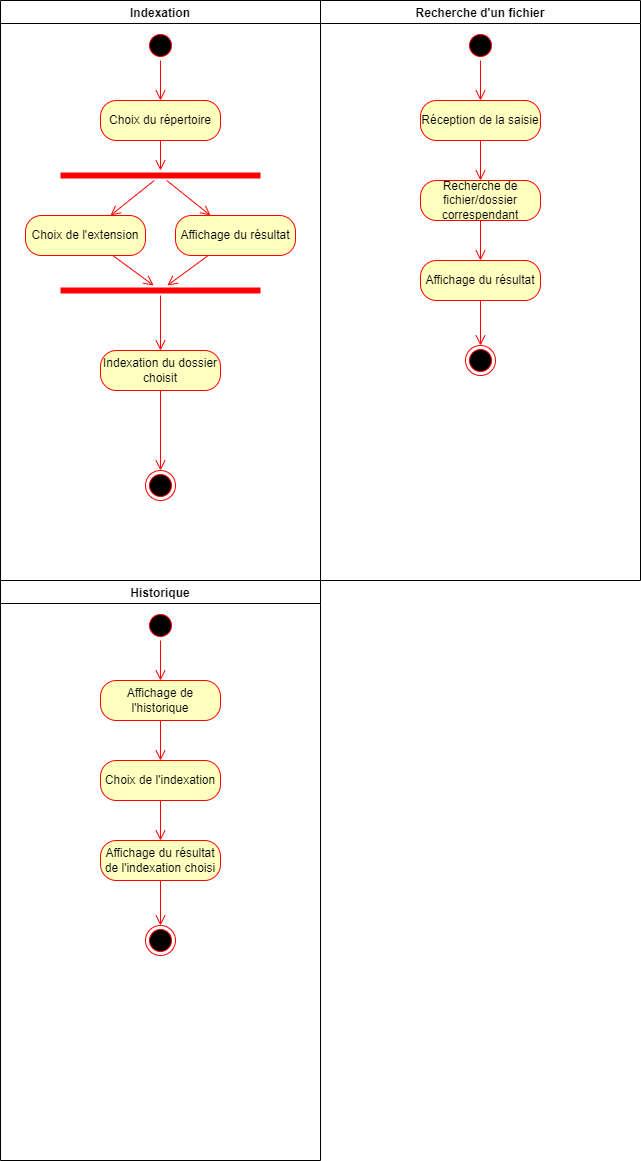
ThomasRey1/P-OO keeps this draw.io diagram as UML_Activity.png. Above is the earlier version. Source tidied: cells renumbered, new cells last; positions are measured from the earlier drawing's top-left corner, leaving out a move shared by most shapes. Its diagram source:
```xml
<mxGraphModel>
  <root>
    <mxCell id="0" />
    <mxCell id="1" parent="0" />
    <mxCell id="2" value="Indexation" style="swimlane;" parent="1" vertex="1">
      <mxGeometry width="320" height="580" as="geometry" />
    </mxCell>
    <mxCell id="3" style="ellipse;html=1;shape=startState;fillColor=#000000;strokeColor=#ff0000;" parent="2" vertex="1">
      <mxGeometry x="145" y="30" width="30" height="30" as="geometry" />
    </mxCell>
    <mxCell id="4" style="edgeStyle=orthogonalEdgeStyle;html=1;verticalAlign=bottom;endArrow=open;endSize=8;strokeColor=#ff0000;rounded=0;" parent="2" edge="1" source="3" target="5">
      <mxGeometry relative="1" as="geometry" />
    </mxCell>
    <mxCell id="5" value="Choix du répertoire" style="rounded=1;whiteSpace=wrap;html=1;arcSize=40;fontColor=#000000;fillColor=#ffffc0;strokeColor=#ff0000;" parent="2" vertex="1">
      <mxGeometry x="100" y="100" width="120" height="40" as="geometry" />
    </mxCell>
    <mxCell id="6" value="Choix de l'extension" style="rounded=1;whiteSpace=wrap;html=1;arcSize=40;fontColor=#000000;fillColor=#ffffc0;strokeColor=#ff0000;" parent="2" vertex="1">
      <mxGeometry x="25" y="215" width="120" height="40" as="geometry" />
    </mxCell>
    <mxCell id="7" value="Indexation du dossier choisit" style="rounded=1;whiteSpace=wrap;html=1;arcSize=40;fontColor=#000000;fillColor=#ffffc0;strokeColor=#ff0000;" parent="2" vertex="1">
      <mxGeometry x="100" y="350" width="120" height="40" as="geometry" />
    </mxCell>
    <mxCell id="8" style="edgeStyle=orthogonalEdgeStyle;html=1;verticalAlign=bottom;endArrow=open;endSize=8;strokeColor=#ff0000;rounded=0;" parent="2" edge="1" source="7" target="9">
      <mxGeometry relative="1" as="geometry" />
    </mxCell>
    <mxCell id="9" style="ellipse;html=1;shape=endState;fillColor=#000000;strokeColor=#ff0000;" parent="2" vertex="1">
      <mxGeometry x="145" y="470" width="30" height="30" as="geometry" />
    </mxCell>
    <mxCell id="10" value="Affichage du résultat" style="rounded=1;whiteSpace=wrap;html=1;arcSize=40;fontColor=#000000;fillColor=#ffffc0;strokeColor=#ff0000;" parent="2" vertex="1">
      <mxGeometry x="175" y="215" width="120" height="40" as="geometry" />
    </mxCell>
    <mxCell id="11" style="shape=line;html=1;strokeWidth=6;strokeColor=#ff0000;" parent="2" vertex="1">
      <mxGeometry x="60" y="170" width="200" height="10" as="geometry" />
    </mxCell>
    <mxCell id="12" style="html=1;verticalAlign=bottom;endArrow=open;endSize=8;strokeColor=#ff0000;rounded=0;" parent="2" edge="1" source="11" target="6">
      <mxGeometry relative="1" as="geometry" />
    </mxCell>
    <mxCell id="13" style="edgeStyle=orthogonalEdgeStyle;html=1;verticalAlign=bottom;endArrow=open;endSize=8;strokeColor=#ff0000;rounded=0;" parent="2" edge="1" source="5" target="11">
      <mxGeometry relative="1" as="geometry" />
    </mxCell>
    <mxCell id="14" style="html=1;verticalAlign=bottom;endArrow=open;endSize=8;strokeColor=#ff0000;rounded=0;" parent="2" edge="1" source="11" target="10">
      <mxGeometry relative="1" as="geometry" />
    </mxCell>
    <mxCell id="15" style="shape=line;html=1;strokeWidth=6;strokeColor=#ff0000;" parent="2" vertex="1">
      <mxGeometry x="60" y="285" width="200" height="10" as="geometry" />
    </mxCell>
    <mxCell id="16" style="edgeStyle=orthogonalEdgeStyle;html=1;verticalAlign=bottom;endArrow=open;endSize=8;strokeColor=#ff0000;rounded=0;" parent="2" edge="1" source="15" target="7">
      <mxGeometry relative="1" as="geometry" />
    </mxCell>
    <mxCell id="17" style="html=1;verticalAlign=bottom;endArrow=open;endSize=8;strokeColor=#ff0000;rounded=0;" parent="2" edge="1" source="6" target="15">
      <mxGeometry relative="1" as="geometry" />
    </mxCell>
    <mxCell id="18" style="html=1;verticalAlign=bottom;endArrow=open;endSize=8;strokeColor=#ff0000;rounded=0;" parent="2" edge="1" source="10" target="15">
      <mxGeometry relative="1" as="geometry" />
    </mxCell>
    <mxCell id="19" value="Recherche d'un fichier" style="swimlane;" parent="1" vertex="1">
      <mxGeometry x="320" width="320" height="580" as="geometry" />
    </mxCell>
    <mxCell id="20" style="ellipse;html=1;shape=startState;fillColor=#000000;strokeColor=#ff0000;" parent="19" vertex="1">
      <mxGeometry x="145" y="30" width="30" height="30" as="geometry" />
    </mxCell>
    <mxCell id="21" style="edgeStyle=orthogonalEdgeStyle;html=1;verticalAlign=bottom;endArrow=open;endSize=8;strokeColor=#ff0000;rounded=0;" parent="19" edge="1" source="20" target="22">
      <mxGeometry relative="1" as="geometry" />
    </mxCell>
    <mxCell id="22" value="Réception de la saisie" style="rounded=1;whiteSpace=wrap;html=1;arcSize=40;fontColor=#000000;fillColor=#ffffc0;strokeColor=#ff0000;" parent="19" vertex="1">
      <mxGeometry x="100" y="100" width="120" height="40" as="geometry" />
    </mxCell>
    <mxCell id="23" style="edgeStyle=orthogonalEdgeStyle;html=1;verticalAlign=bottom;endArrow=open;endSize=8;strokeColor=#ff0000;rounded=0;" parent="19" edge="1" source="22" target="24">
      <mxGeometry relative="1" as="geometry" />
    </mxCell>
    <mxCell id="24" value="Recherche de fichier/dossier correspendant" style="rounded=1;whiteSpace=wrap;html=1;arcSize=40;fontColor=#000000;fillColor=#ffffc0;strokeColor=#ff0000;" parent="19" vertex="1">
      <mxGeometry x="100" y="180" width="120" height="40" as="geometry" />
    </mxCell>
    <mxCell id="25" style="edgeStyle=orthogonalEdgeStyle;html=1;verticalAlign=bottom;endArrow=open;endSize=8;strokeColor=#ff0000;rounded=0;" parent="19" edge="1" source="24" target="26">
      <mxGeometry relative="1" as="geometry" />
    </mxCell>
    <mxCell id="26" value="Affichage du résultat" style="rounded=1;whiteSpace=wrap;html=1;arcSize=40;fontColor=#000000;fillColor=#ffffc0;strokeColor=#ff0000;" parent="19" vertex="1">
      <mxGeometry x="100" y="260" width="120" height="40" as="geometry" />
    </mxCell>
    <mxCell id="27" style="edgeStyle=orthogonalEdgeStyle;html=1;verticalAlign=bottom;endArrow=open;endSize=8;strokeColor=#ff0000;rounded=0;" parent="19" edge="1" source="26" target="28">
      <mxGeometry relative="1" as="geometry" />
    </mxCell>
    <mxCell id="28" style="ellipse;html=1;shape=endState;fillColor=#000000;strokeColor=#ff0000;" parent="19" vertex="1">
      <mxGeometry x="145" y="345" width="30" height="30" as="geometry" />
    </mxCell>
    <mxCell id="29" value="Historique" style="swimlane;" parent="1" vertex="1">
      <mxGeometry y="580" width="320" height="580" as="geometry" />
    </mxCell>
    <mxCell id="30" style="ellipse;html=1;shape=startState;fillColor=#000000;strokeColor=#ff0000;" parent="29" vertex="1">
      <mxGeometry x="145" y="30" width="30" height="30" as="geometry" />
    </mxCell>
    <mxCell id="31" style="edgeStyle=orthogonalEdgeStyle;html=1;verticalAlign=bottom;endArrow=open;endSize=8;strokeColor=#ff0000;rounded=0;" parent="29" edge="1" source="30" target="32">
      <mxGeometry relative="1" as="geometry" />
    </mxCell>
    <mxCell id="32" value="Affichage de l'historique" style="rounded=1;whiteSpace=wrap;html=1;arcSize=40;fontColor=#000000;fillColor=#ffffc0;strokeColor=#ff0000;" parent="29" vertex="1">
      <mxGeometry x="100" y="100" width="120" height="40" as="geometry" />
    </mxCell>
    <mxCell id="33" style="edgeStyle=orthogonalEdgeStyle;html=1;verticalAlign=bottom;endArrow=open;endSize=8;strokeColor=#ff0000;rounded=0;" parent="29" edge="1" source="32" target="34">
      <mxGeometry relative="1" as="geometry" />
    </mxCell>
    <mxCell id="34" value="Choix de l'indexation" style="rounded=1;whiteSpace=wrap;html=1;arcSize=40;fontColor=#000000;fillColor=#ffffc0;strokeColor=#ff0000;" parent="29" vertex="1">
      <mxGeometry x="100" y="180" width="120" height="40" as="geometry" />
    </mxCell>
    <mxCell id="35" style="edgeStyle=orthogonalEdgeStyle;html=1;verticalAlign=bottom;endArrow=open;endSize=8;strokeColor=#ff0000;rounded=0;" parent="29" edge="1" source="34" target="36">
      <mxGeometry relative="1" as="geometry" />
    </mxCell>
    <mxCell id="36" value="Affichage du résultat de l'indexation choisi" style="rounded=1;whiteSpace=wrap;html=1;arcSize=40;fontColor=#000000;fillColor=#ffffc0;strokeColor=#ff0000;" parent="29" vertex="1">
      <mxGeometry x="100" y="260" width="120" height="40" as="geometry" />
    </mxCell>
    <mxCell id="37" style="edgeStyle=orthogonalEdgeStyle;html=1;verticalAlign=bottom;endArrow=open;endSize=8;strokeColor=#ff0000;rounded=0;" parent="29" edge="1" source="36" target="38">
      <mxGeometry relative="1" as="geometry" />
    </mxCell>
    <mxCell id="38" style="ellipse;html=1;shape=endState;fillColor=#000000;strokeColor=#ff0000;" parent="29" vertex="1">
      <mxGeometry x="145" y="345" width="30" height="30" as="geometry" />
    </mxCell>
  </root>
</mxGraphModel>
```
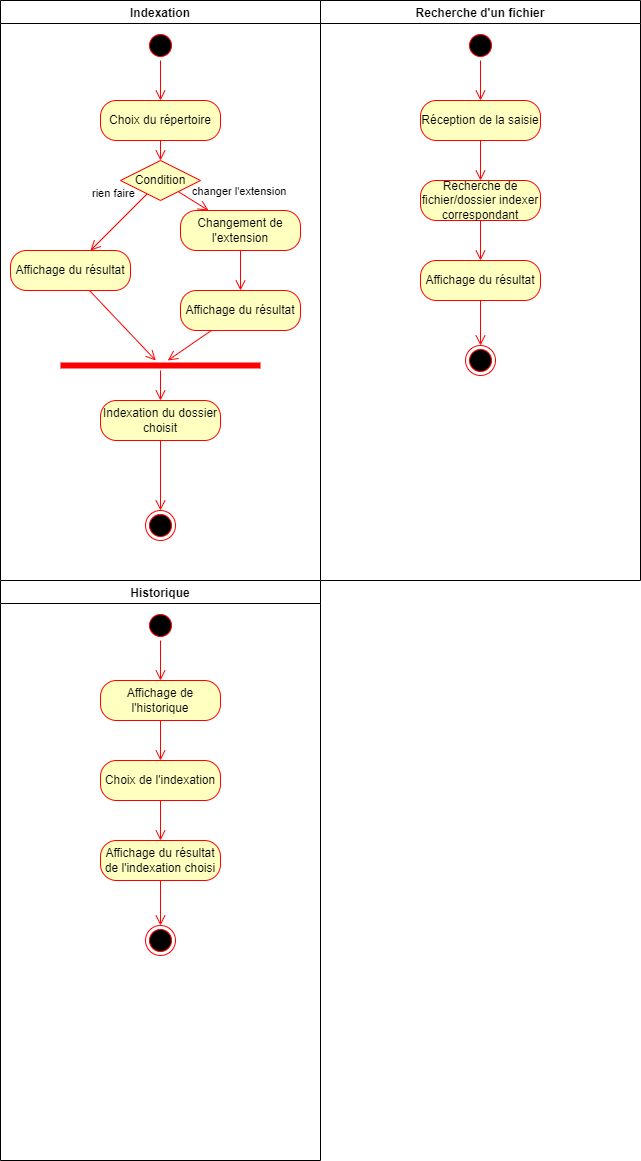
After the change.

Commit message:
modification uml d'activité

Change to the diagram source:
```diff
@@ -14,45 +14,53 @@
     <mxCell id="5" value="Choix du répertoire" style="rounded=1;whiteSpace=wrap;html=1;arcSize=40;fontColor=#000000;fillColor=#ffffc0;strokeColor=#ff0000;" parent="2" vertex="1">
       <mxGeometry x="100" y="100" width="120" height="40" as="geometry" />
     </mxCell>
-    <mxCell id="6" value="Choix de l'extension" style="rounded=1;whiteSpace=wrap;html=1;arcSize=40;fontColor=#000000;fillColor=#ffffc0;strokeColor=#ff0000;" parent="2" vertex="1">
-      <mxGeometry x="25" y="215" width="120" height="40" as="geometry" />
-    </mxCell>
     <mxCell id="7" value="Indexation du dossier choisit" style="rounded=1;whiteSpace=wrap;html=1;arcSize=40;fontColor=#000000;fillColor=#ffffc0;strokeColor=#ff0000;" parent="2" vertex="1">
-      <mxGeometry x="100" y="350" width="120" height="40" as="geometry" />
+      <mxGeometry x="100" y="400" width="120" height="40" as="geometry" />
     </mxCell>
     <mxCell id="8" style="edgeStyle=orthogonalEdgeStyle;html=1;verticalAlign=bottom;endArrow=open;endSize=8;strokeColor=#ff0000;rounded=0;" parent="2" edge="1" source="7" target="9">
       <mxGeometry relative="1" as="geometry" />
     </mxCell>
     <mxCell id="9" style="ellipse;html=1;shape=endState;fillColor=#000000;strokeColor=#ff0000;" parent="2" vertex="1">
-      <mxGeometry x="145" y="470" width="30" height="30" as="geometry" />
+      <mxGeometry x="145" y="510" width="30" height="30" as="geometry" />
     </mxCell>
-    <mxCell id="10" value="Affichage du résultat" style="rounded=1;whiteSpace=wrap;html=1;arcSize=40;fontColor=#000000;fillColor=#ffffc0;strokeColor=#ff0000;" parent="2" vertex="1">
-      <mxGeometry x="175" y="215" width="120" height="40" as="geometry" />
-    </mxCell>
-    <mxCell id="11" style="shape=line;html=1;strokeWidth=6;strokeColor=#ff0000;" parent="2" vertex="1">
-      <mxGeometry x="60" y="170" width="200" height="10" as="geometry" />
-    </mxCell>
-    <mxCell id="12" style="html=1;verticalAlign=bottom;endArrow=open;endSize=8;strokeColor=#ff0000;rounded=0;" parent="2" edge="1" source="11" target="6">
-      <mxGeometry relative="1" as="geometry" />
-    </mxCell>
-    <mxCell id="13" style="edgeStyle=orthogonalEdgeStyle;html=1;verticalAlign=bottom;endArrow=open;endSize=8;strokeColor=#ff0000;rounded=0;" parent="2" edge="1" source="5" target="11">
+    <mxCell id="13" style="edgeStyle=orthogonalEdgeStyle;html=1;verticalAlign=bottom;endArrow=open;endSize=8;strokeColor=#ff0000;rounded=0;" parent="2" edge="1" source="5" target="39">
       <mxGeometry relative="1" as="geometry" />
     </mxCell>
-    <mxCell id="14" style="html=1;verticalAlign=bottom;endArrow=open;endSize=8;strokeColor=#ff0000;rounded=0;" parent="2" edge="1" source="11" target="10">
-      <mxGeometry relative="1" as="geometry" />
-    </mxCell>
-    <mxCell id="15" style="shape=line;html=1;strokeWidth=6;strokeColor=#ff0000;" parent="2" vertex="1">
-      <mxGeometry x="60" y="285" width="200" height="10" as="geometry" />
-    </mxCell>
-    <mxCell id="16" style="edgeStyle=orthogonalEdgeStyle;html=1;verticalAlign=bottom;endArrow=open;endSize=8;strokeColor=#ff0000;rounded=0;" parent="2" edge="1" source="15" target="7">
-      <mxGeometry relative="1" as="geometry" />
-    </mxCell>
-    <mxCell id="17" style="html=1;verticalAlign=bottom;endArrow=open;endSize=8;strokeColor=#ff0000;rounded=0;" parent="2" edge="1" source="6" target="15">
-      <mxGeometry relative="1" as="geometry" />
-    </mxCell>
-    <mxCell id="18" style="html=1;verticalAlign=bottom;endArrow=open;endSize=8;strokeColor=#ff0000;rounded=0;" parent="2" edge="1" source="10" target="15">
-      <mxGeometry relative="1" as="geometry" />
-    </mxCell>
+    <mxCell id="39" value="Condition" style="rhombus;whiteSpace=wrap;html=1;fillColor=#ffffc0;strokeColor=#ff0000;" parent="2" vertex="1">
+      <mxGeometry x="120" y="160" width="80" height="40" as="geometry" />
+    </mxCell>
+    <mxCell id="40" value="changer l'extension" style="html=1;align=left;verticalAlign=bottom;endArrow=open;endSize=8;strokeColor=#ff0000;rounded=0;labelBackgroundColor=none;" parent="2" edge="1" source="39" target="44">
+      <mxGeometry x="-0.15" y="-1" relative="1" as="geometry" />
+    </mxCell>
+    <mxCell id="41" value="rien faire" style="html=1;align=left;verticalAlign=top;endArrow=open;endSize=8;strokeColor=#ff0000;rounded=0;labelBackgroundColor=none;" parent="2" edge="1" source="39" target="42">
+      <mxGeometry x="-0.24" y="-49" relative="1" as="geometry">
+        <mxPoint y="-1" as="offset" />
+      </mxGeometry>
+    </mxCell>
+    <mxCell id="42" value="Affichage du résultat" style="rounded=1;whiteSpace=wrap;html=1;arcSize=40;fontColor=#000000;fillColor=#ffffc0;strokeColor=#ff0000;" parent="2" vertex="1">
+      <mxGeometry x="10" y="250" width="120" height="40" as="geometry" />
+    </mxCell>
+    <mxCell id="43" style="html=1;verticalAlign=bottom;endArrow=open;endSize=8;strokeColor=#ff0000;rounded=0;" parent="2" edge="1" source="42" target="46">
+      <mxGeometry relative="1" as="geometry" />
+    </mxCell>
+    <mxCell id="44" value="Changement de l'extension" style="rounded=1;whiteSpace=wrap;html=1;arcSize=40;fontColor=#000000;fillColor=#ffffc0;strokeColor=#ff0000;" parent="2" vertex="1">
+      <mxGeometry x="180" y="210" width="120" height="40" as="geometry" />
+    </mxCell>
+    <mxCell id="45" style="edgeStyle=orthogonalEdgeStyle;html=1;verticalAlign=bottom;endArrow=open;endSize=8;strokeColor=#ff0000;rounded=0;" parent="2" edge="1" source="44" target="48">
+      <mxGeometry relative="1" as="geometry" />
+    </mxCell>
+    <mxCell id="46" style="shape=line;html=1;strokeWidth=6;strokeColor=#ff0000;" parent="2" vertex="1">
+      <mxGeometry x="60" y="360" width="200" height="10" as="geometry" />
+    </mxCell>
+    <mxCell id="47" style="edgeStyle=orthogonalEdgeStyle;html=1;verticalAlign=bottom;endArrow=open;endSize=8;strokeColor=#ff0000;rounded=0;" parent="2" edge="1" source="46" target="7">
+      <mxGeometry relative="1" as="geometry" />
+    </mxCell>
+    <mxCell id="48" value="Affichage du résultat" style="rounded=1;whiteSpace=wrap;html=1;arcSize=40;fontColor=#000000;fillColor=#ffffc0;strokeColor=#ff0000;" parent="2" vertex="1">
+      <mxGeometry x="180" y="290" width="120" height="40" as="geometry" />
+    </mxCell>
+    <mxCell id="49" style="html=1;verticalAlign=bottom;endArrow=open;endSize=8;strokeColor=#ff0000;rounded=0;" parent="2" edge="1" source="48" target="46">
+      <mxGeometry relative="1" as="geometry" />
+    </mxCell>
     <mxCell id="19" value="Recherche d'un fichier" style="swimlane;" parent="1" vertex="1">
       <mxGeometry x="320" width="320" height="580" as="geometry" />
     </mxCell>
@@ -68,7 +76,7 @@
     <mxCell id="23" style="edgeStyle=orthogonalEdgeStyle;html=1;verticalAlign=bottom;endArrow=open;endSize=8;strokeColor=#ff0000;rounded=0;" parent="19" edge="1" source="22" target="24">
       <mxGeometry relative="1" as="geometry" />
     </mxCell>
-    <mxCell id="24" value="Recherche de fichier/dossier correspendant" style="rounded=1;whiteSpace=wrap;html=1;arcSize=40;fontColor=#000000;fillColor=#ffffc0;strokeColor=#ff0000;" parent="19" vertex="1">
+    <mxCell id="24" value="Recherche de fichier/dossier indexer correspondant" style="rounded=1;whiteSpace=wrap;html=1;arcSize=40;fontColor=#000000;fillColor=#ffffc0;strokeColor=#ff0000;" parent="19" vertex="1">
       <mxGeometry x="100" y="180" width="120" height="40" as="geometry" />
     </mxCell>
     <mxCell id="25" style="edgeStyle=orthogonalEdgeStyle;html=1;verticalAlign=bottom;endArrow=open;endSize=8;strokeColor=#ff0000;rounded=0;" parent="19" edge="1" source="24" target="26">
```
